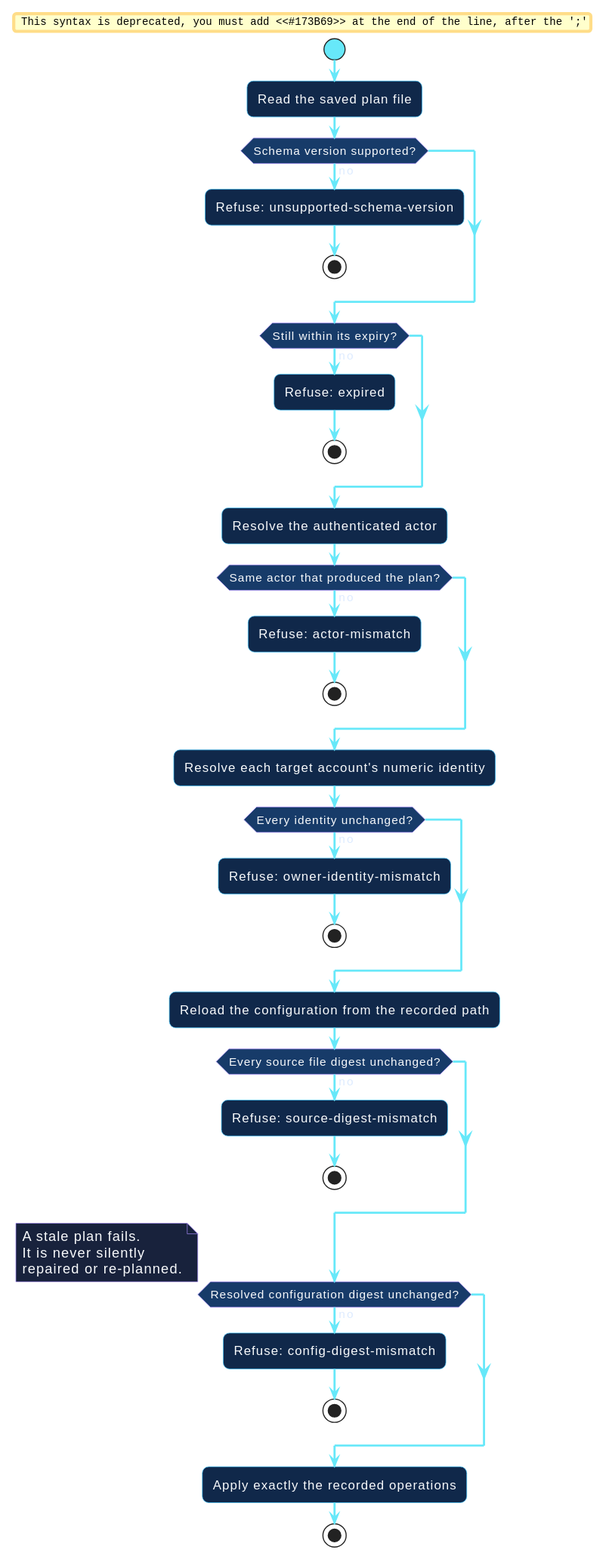
The PlantUML diagram docs/assets/diagrams/saved-plan-verification.svg in hector-ae21/octoform-docs, before a commit.
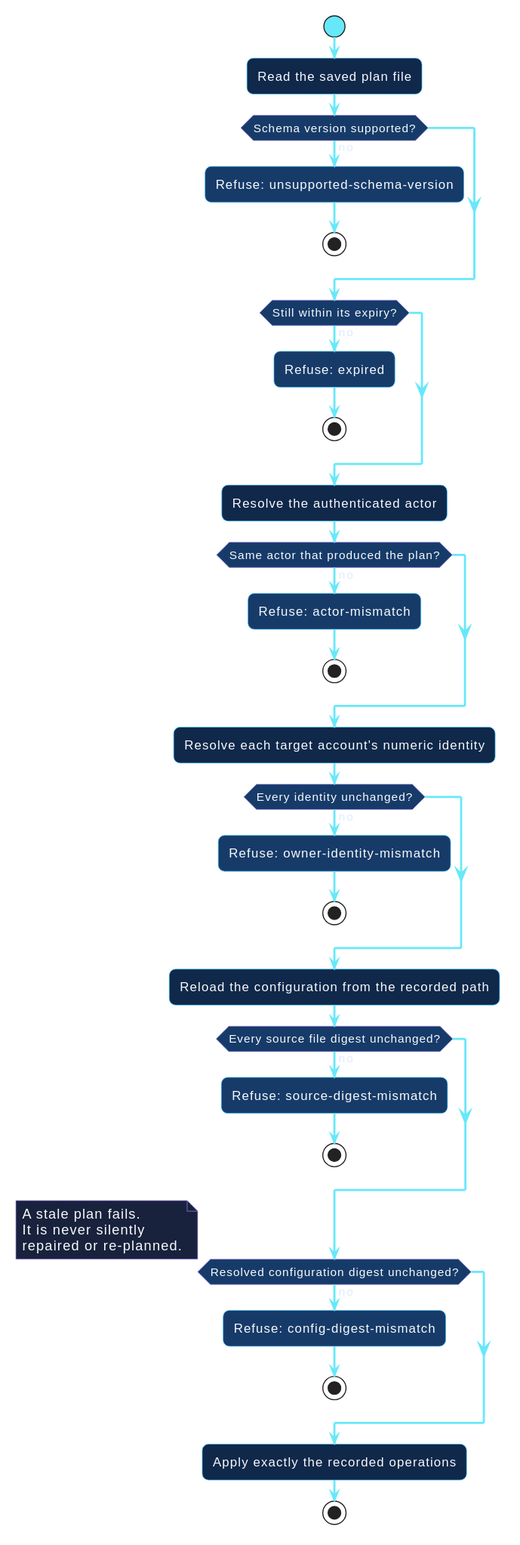
The same diagram one commit later.

The edit, as a diff of the source:
```diff
@@ -5,35 +5,35 @@
 :Read the saved plan file;
 
 if (Schema version supported?) then (no)
-  #173B69:Refuse: unsupported-schema-version;
+  :Refuse: unsupported-schema-version; <<#173B69>>
   stop
 endif
 
 if (Still within its expiry?) then (no)
-  #173B69:Refuse: expired;
+  :Refuse: expired; <<#173B69>>
   stop
 endif
 
 :Resolve the authenticated actor;
 if (Same actor that produced the plan?) then (no)
-  #173B69:Refuse: actor-mismatch;
+  :Refuse: actor-mismatch; <<#173B69>>
   stop
 endif
 
 :Resolve each target account's numeric identity;
 if (Every identity unchanged?) then (no)
-  #173B69:Refuse: owner-identity-mismatch;
+  :Refuse: owner-identity-mismatch; <<#173B69>>
   stop
 endif
 
 :Reload the configuration from the recorded path;
 if (Every source file digest unchanged?) then (no)
-  #173B69:Refuse: source-digest-mismatch;
+  :Refuse: source-digest-mismatch; <<#173B69>>
   stop
 endif
 
 if (Resolved configuration digest unchanged?) then (no)
-  #173B69:Refuse: config-digest-mismatch;
+  :Refuse: config-digest-mismatch; <<#173B69>>
   stop
 endif
 
```
